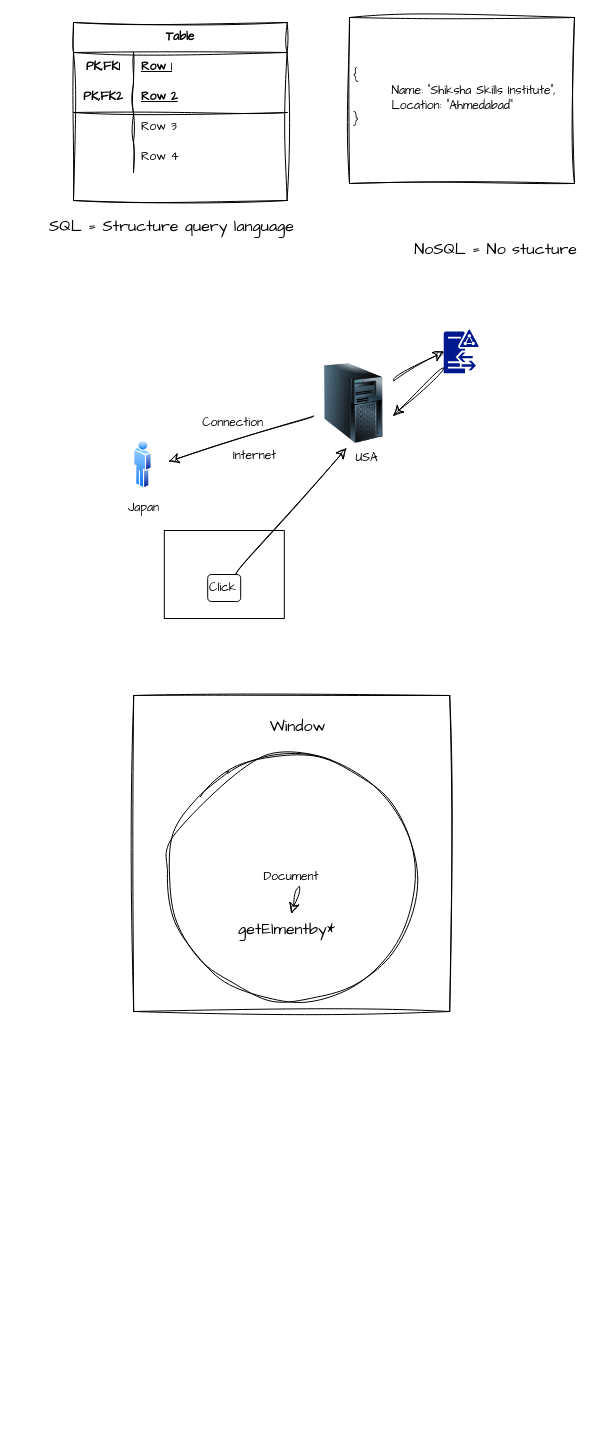
Before: page "Page-13" (14 of 15) of javascript basic to advance.drawio in Shiksha-Skills-Institute/web-development-notes, a draw.io diagram. Source tidied: cells renumbered, new cells numbered last; positions are measured from the earlier drawing's top-left corner, leaving out a move shared by most shapes. Both pictures are drawn from the tidied source at 100%, with x=0, y=0 at pixel (39, 17).
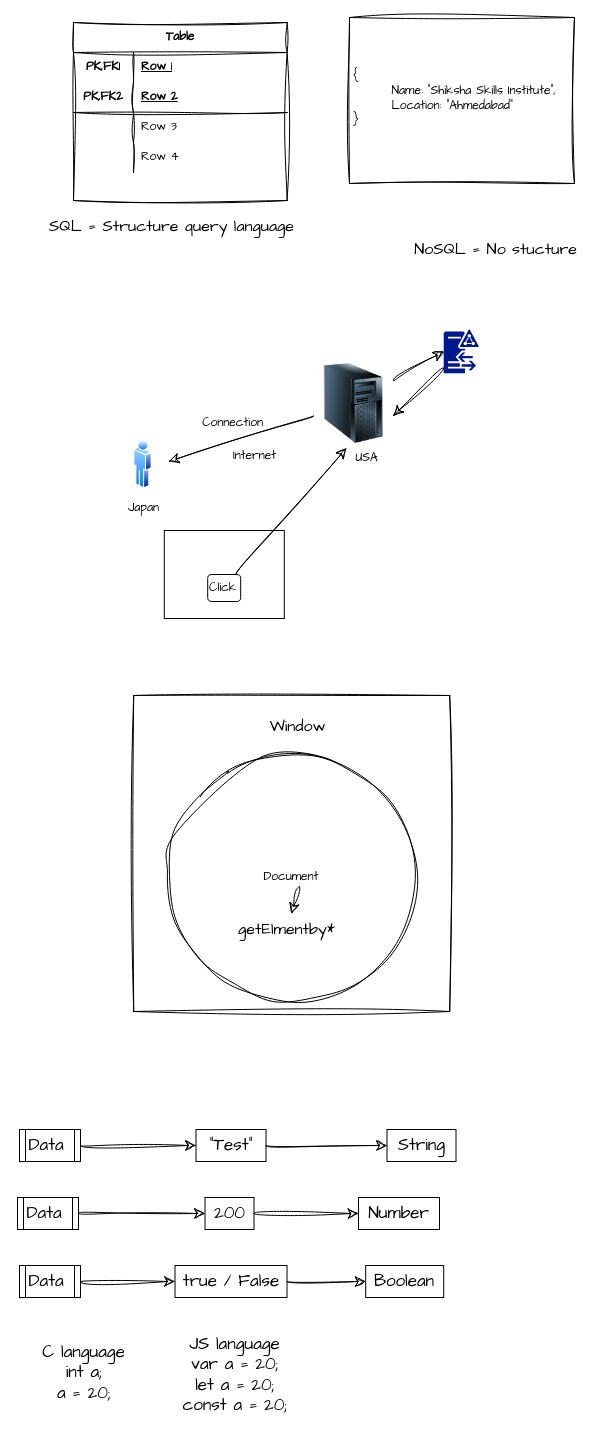
The same diagram, later.

What changed in the source:
```diff
@@
+    <mxCell id="37" style="edgeStyle=none;curved=1;rounded=0;sketch=1;hachureGap=4;jiggle=2;curveFitting=1;jettySize=auto;html=1;fontFamily=Comic Sans MS;fontSize=17;fontColor=default;startSize=8;endSize=8;" parent="1" edge="1" source="38" target="40">
+      <mxGeometry relative="1" as="geometry" />
+    </mxCell>
+    <mxCell id="38" value="Data&amp;nbsp;" style="shape=process;whiteSpace=wrap;html=1;backgroundOutline=1;align=center;verticalAlign=middle;fontFamily=Comic Sans MS;fontSize=17;fontColor=default;fillColor=none;gradientColor=none;" parent="1" vertex="1">
+      <mxGeometry x="-20" y="1112" width="61" height="32" as="geometry" />
+    </mxCell>
+    <mxCell id="39" style="edgeStyle=none;curved=1;rounded=0;sketch=1;hachureGap=4;jiggle=2;curveFitting=1;jettySize=auto;html=1;fontFamily=Comic Sans MS;fontSize=17;fontColor=default;startSize=8;endSize=8;" parent="1" edge="1" source="40" target="41">
+      <mxGeometry relative="1" as="geometry" />
+    </mxCell>
+    <mxCell id="40" value="&quot;Test&quot;" style="whiteSpace=wrap;html=1;fontSize=17;fontFamily=Comic Sans MS;fillColor=none;gradientColor=none;" parent="1" vertex="1">
+      <mxGeometry x="156.5" y="1112" width="70" height="32" as="geometry" />
+    </mxCell>
+    <mxCell id="41" value="String" style="whiteSpace=wrap;html=1;fontSize=17;fontFamily=Comic Sans MS;fillColor=none;gradientColor=none;" parent="1" vertex="1">
+      <mxGeometry x="347.5" y="1112" width="69" height="32" as="geometry" />
+    </mxCell>
+    <mxCell id="42" style="edgeStyle=none;curved=1;rounded=0;sketch=1;hachureGap=4;jiggle=2;curveFitting=1;jettySize=auto;html=1;fontFamily=Comic Sans MS;fontSize=17;fontColor=default;startSize=8;endSize=8;" parent="1" edge="1" source="43" target="45">
+      <mxGeometry relative="1" as="geometry" />
+    </mxCell>
+    <mxCell id="43" value="Data&amp;nbsp;" style="shape=process;whiteSpace=wrap;html=1;backgroundOutline=1;align=center;verticalAlign=middle;fontFamily=Comic Sans MS;fontSize=17;fontColor=default;fillColor=none;gradientColor=none;" parent="1" vertex="1">
+      <mxGeometry x="-22" y="1180" width="61" height="32" as="geometry" />
+    </mxCell>
+    <mxCell id="44" style="edgeStyle=none;curved=1;rounded=0;sketch=1;hachureGap=4;jiggle=2;curveFitting=1;jettySize=auto;html=1;fontFamily=Comic Sans MS;fontSize=17;fontColor=default;startSize=8;endSize=8;" parent="1" edge="1" source="45" target="46">
+      <mxGeometry relative="1" as="geometry" />
+    </mxCell>
+    <mxCell id="45" value="200" style="whiteSpace=wrap;html=1;fontSize=17;fontFamily=Comic Sans MS;fillColor=none;gradientColor=none;" parent="1" vertex="1">
+      <mxGeometry x="165.5" y="1180" width="49" height="32" as="geometry" />
+    </mxCell>
+    <mxCell id="46" value="Number" style="whiteSpace=wrap;html=1;fontSize=17;fontFamily=Comic Sans MS;fillColor=none;gradientColor=none;" parent="1" vertex="1">
+      <mxGeometry x="319" y="1180" width="81" height="32" as="geometry" />
+    </mxCell>
+    <mxCell id="47" style="edgeStyle=none;curved=1;rounded=0;sketch=1;hachureGap=4;jiggle=2;curveFitting=1;jettySize=auto;html=1;fontFamily=Comic Sans MS;fontSize=17;fontColor=default;startSize=8;endSize=8;" parent="1" edge="1" source="48" target="50">
+      <mxGeometry relative="1" as="geometry" />
+    </mxCell>
+    <mxCell id="48" value="Data&amp;nbsp;" style="shape=process;whiteSpace=wrap;html=1;backgroundOutline=1;align=center;verticalAlign=middle;fontFamily=Comic Sans MS;fontSize=17;fontColor=default;fillColor=none;gradientColor=none;" parent="1" vertex="1">
+      <mxGeometry x="-20" y="1248" width="61" height="32" as="geometry" />
+    </mxCell>
+    <mxCell id="49" style="edgeStyle=none;curved=1;rounded=0;sketch=1;hachureGap=4;jiggle=2;curveFitting=1;jettySize=auto;html=1;fontFamily=Comic Sans MS;fontSize=17;fontColor=default;startSize=8;endSize=8;" parent="1" edge="1" source="50" target="51">
+      <mxGeometry relative="1" as="geometry" />
+    </mxCell>
+    <mxCell id="50" value="true / False" style="whiteSpace=wrap;html=1;fontSize=17;fontFamily=Comic Sans MS;fillColor=none;gradientColor=none;" parent="1" vertex="1">
+      <mxGeometry x="135.5" y="1248" width="112" height="32" as="geometry" />
+    </mxCell>
+    <mxCell id="51" value="Boolean" style="whiteSpace=wrap;html=1;fontSize=17;fontFamily=Comic Sans MS;fillColor=none;gradientColor=none;" parent="1" vertex="1">
+      <mxGeometry x="326.2" y="1248" width="78" height="32" as="geometry" />
+    </mxCell>
+    <mxCell id="52" value="&lt;div&gt;C language&lt;/div&gt;int a;&lt;div&gt;a = 20;&lt;/div&gt;" style="text;html=1;align=center;verticalAlign=middle;strokeColor=none;fillColor=none;fontSize=17;fontFamily=Comic Sans MS;fontColor=default;" parent="1" vertex="1">
+      <mxGeometry x="-5.8" y="1318" width="100" height="73" as="geometry" />
+    </mxCell>
+    <mxCell id="53" value="&lt;div&gt;JS language&lt;/div&gt;var a = 20;&lt;div&gt;let a = 20;&lt;/div&gt;&lt;div&gt;const a = 20;&lt;/div&gt;" style="text;html=1;align=center;verticalAlign=middle;strokeColor=none;fillColor=none;fontSize=17;fontFamily=Comic Sans MS;fontColor=default;" parent="1" vertex="1">
+      <mxGeometry x="135.5" y="1310" width="119" height="94" as="geometry" />
+    </mxCell>
```
